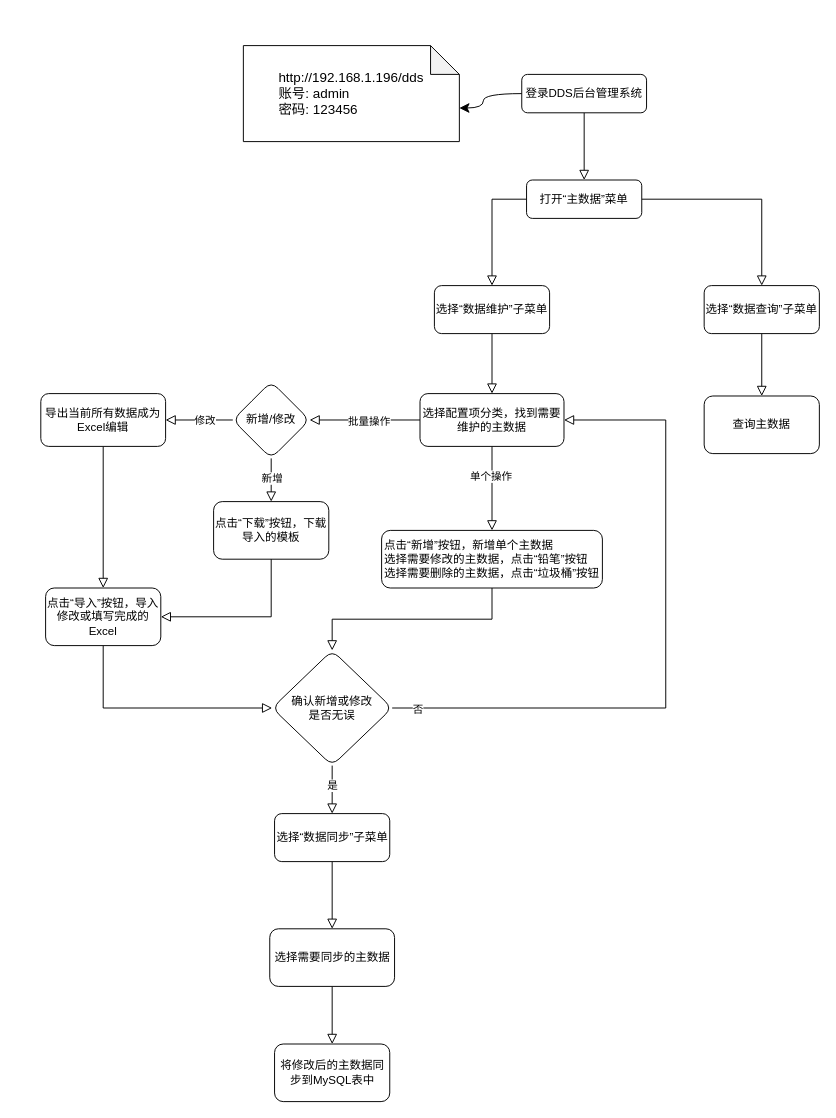
Above: 配置主数据.drawio in AgonyCarl/frank.github.io (draw.io), before the change. Source tidied: cells renumbered, new cells numbered last; positions are measured from the earlier drawing's top-left corner, leaving out a move shared by most shapes. Both pictures are drawn from the tidied source at 96%, with x=0, y=0 at pixel (40, 45).
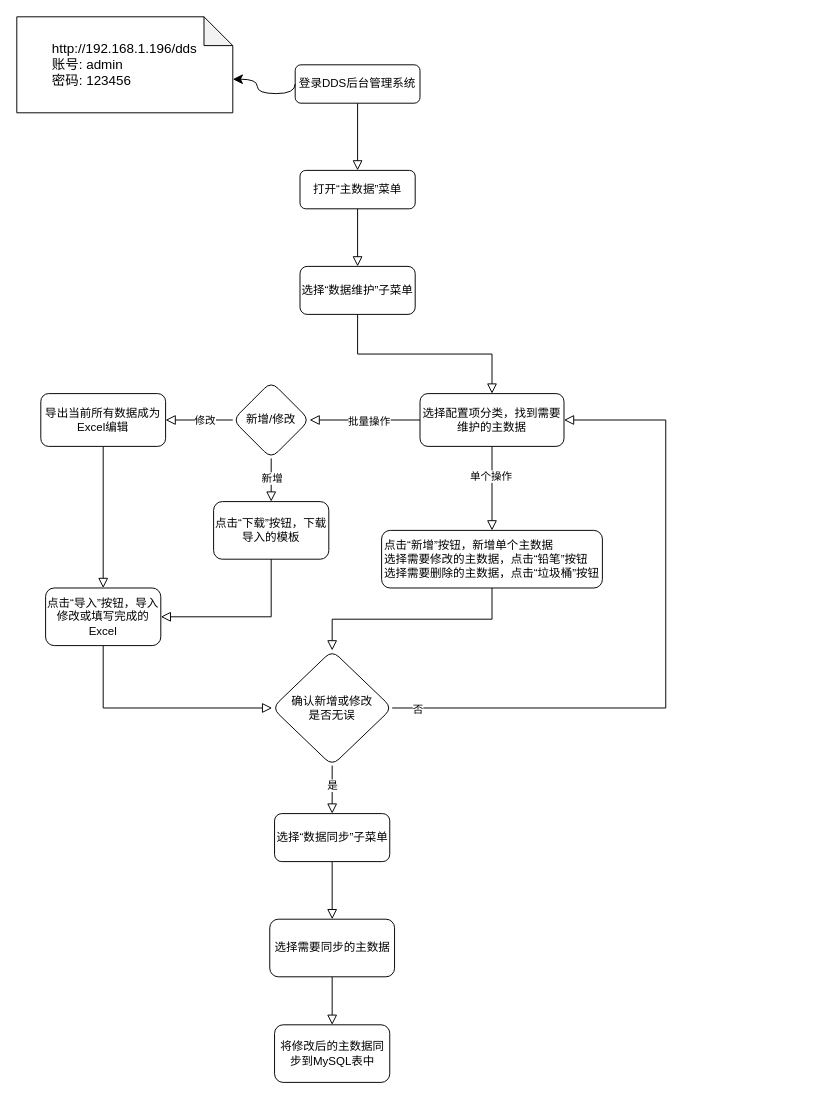
After the change.

Commit message:
更新配置主数据.drawio

The edit, as a diff of the source:
```diff
@@
     <mxCell id="3" value="登录DDS后台管理系统" style="rounded=1;whiteSpace=wrap;html=1;fontSize=12;glass=0;strokeWidth=1;shadow=0;" parent="1" vertex="1">
-      <mxGeometry x="501" y="30" width="130" height="40" as="geometry" />
+      <mxGeometry x="265" y="20" width="130" height="40" as="geometry" />
     </mxCell>
-    <mxCell id="4" style="edgeStyle=orthogonalEdgeStyle;rounded=0;jettySize=auto;html=1;endArrow=block;endFill=0;endSize=8;exitX=0;exitY=0.5;exitDx=0;exitDy=0;" parent="1" edge="1" source="6" target="8">
+    <mxCell id="4" style="edgeStyle=orthogonalEdgeStyle;rounded=0;jettySize=auto;html=1;endArrow=block;endFill=0;endSize=8;exitX=0.5;exitY=1;exitDx=0;exitDy=0;" parent="1" edge="1" source="6" target="8">
       <mxGeometry relative="1" as="geometry" />
     </mxCell>
-    <mxCell id="5" style="edgeStyle=orthogonalEdgeStyle;rounded=0;jettySize=auto;html=1;strokeColor=default;align=center;verticalAlign=middle;fontFamily=Helvetica;fontSize=11;fontColor=default;labelBackgroundColor=default;endArrow=block;endFill=0;endSize=8;exitX=1;exitY=0.5;exitDx=0;exitDy=0;" parent="1" edge="1" source="6" target="10">
-      <mxGeometry relative="1" as="geometry" />
-    </mxCell>
     <mxCell id="6" value="打开“主数据”菜单" style="whiteSpace=wrap;html=1;rounded=1;glass=0;strokeWidth=1;shadow=0;" parent="1" vertex="1">
-      <mxGeometry x="506" y="140" width="120" height="40" as="geometry" />
+      <mxGeometry x="270" y="130" width="120" height="40" as="geometry" />
     </mxCell>
@@
     <mxCell id="8" value="选择“数据维护”子菜单" style="whiteSpace=wrap;html=1;rounded=1;glass=0;strokeWidth=1;shadow=0;" parent="1" vertex="1">
-      <mxGeometry x="410" y="250" width="120" height="50" as="geometry" />
+      <mxGeometry x="270" y="230" width="120" height="50" as="geometry" />
     </mxCell>
-    <mxCell id="9" style="edgeStyle=orthogonalEdgeStyle;shape=connector;rounded=0;jettySize=auto;html=1;strokeColor=default;align=center;verticalAlign=middle;fontFamily=Helvetica;fontSize=11;fontColor=default;labelBackgroundColor=default;endArrow=block;endFill=0;endSize=8;" parent="1" edge="1" source="10" target="20">
-      <mxGeometry relative="1" as="geometry" />
-    </mxCell>
-    <mxCell id="10" value="选择“数据查询”子菜单" style="whiteSpace=wrap;html=1;rounded=1;glass=0;strokeWidth=1;shadow=0;" parent="1" vertex="1">
-      <mxGeometry x="691" y="250" width="120" height="50" as="geometry" />
-    </mxCell>
@@
-    <mxCell id="20" value="查询主数据" style="whiteSpace=wrap;html=1;rounded=1;glass=0;strokeWidth=1;shadow=0;" parent="1" vertex="1">
-      <mxGeometry x="691" y="365" width="120" height="60" as="geometry" />
-    </mxCell>
@@
     <mxCell id="22" value="选择需要同步的主数据" style="whiteSpace=wrap;html=1;rounded=1;glass=0;strokeWidth=1;shadow=0;" parent="1" vertex="1">
-      <mxGeometry x="238.5" y="920" width="130" height="60" as="geometry" />
+      <mxGeometry x="238.5" y="910" width="130" height="60" as="geometry" />
     </mxCell>
     <mxCell id="23" value="将修改后的主数据同步到MySQL表中" style="whiteSpace=wrap;html=1;rounded=1;glass=0;strokeWidth=1;shadow=0;" parent="1" vertex="1">
-      <mxGeometry x="243.5" y="1040" width="120" height="60" as="geometry" />
+      <mxGeometry x="243.5" y="1020" width="120" height="60" as="geometry" />
     </mxCell>
     <mxCell id="24" value="&lt;div style=&quot;text-align: justify; font-size: 14px;&quot;&gt;&lt;font style=&quot;font-size: 14px;&quot;&gt;http://192.168.1.196/dds&lt;/font&gt;&lt;/div&gt;&lt;div style=&quot;text-align: justify; font-size: 14px;&quot;&gt;&lt;font style=&quot;font-size: 14px;&quot;&gt;账号: admin&lt;/font&gt;&lt;/div&gt;&lt;div style=&quot;text-align: justify; font-size: 14px;&quot;&gt;&lt;font style=&quot;font-size: 14px;&quot;&gt;密码: 123456&lt;/font&gt;&lt;/div&gt;" style="shape=note;whiteSpace=wrap;html=1;backgroundOutline=1;darkOpacity=0.05;fontFamily=Helvetica;fontSize=11;fontColor=default;labelBackgroundColor=default;" parent="1" vertex="1">
-      <mxGeometry x="211" width="225" height="100" as="geometry" />
+      <mxGeometry x="-25" y="-30" width="225" height="100" as="geometry" />
     </mxCell>
     <mxCell id="25" style="curved=1;endArrow=classic;html=1;rounded=0;strokeColor=default;align=center;verticalAlign=middle;fontFamily=Helvetica;fontSize=11;fontColor=default;labelBackgroundColor=default;edgeStyle=orthogonalEdgeStyle;endSize=8;exitX=0;exitY=0.5;exitDx=0;exitDy=0;entryX=0;entryY=0;entryDx=225;entryDy=65;entryPerimeter=0;" parent="1" edge="1" source="3" target="24">
       <mxGeometry relative="1" as="geometry">
         <Array as="points">
-          <mxPoint x="461" y="50" />
-          <mxPoint x="461" y="65" />
+          <mxPoint x="265.5" y="50" />
+          <mxPoint x="225.5" y="50" />
+          <mxPoint x="225.5" y="35" />
         </Array>
       </mxGeometry>
     </mxCell>
```
